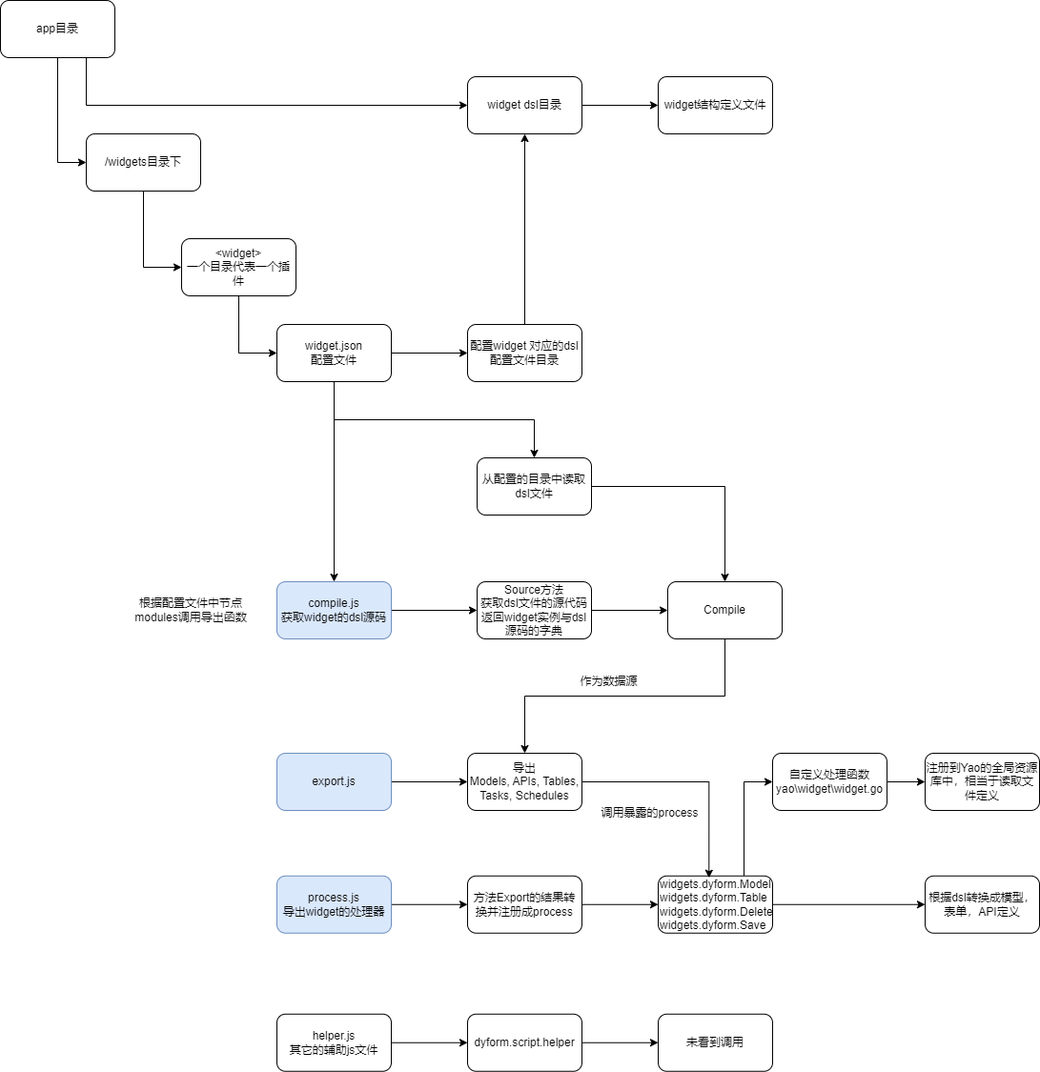
This is docs/流程图/png/yao_widget.drawio.png from wwsheng009/yao-docs, a draw.io export, as it was before one commit. Source tidied: cells renumbered, new cells last; positions are measured from the earlier drawing's top-left corner, leaving out a move shared by most shapes.
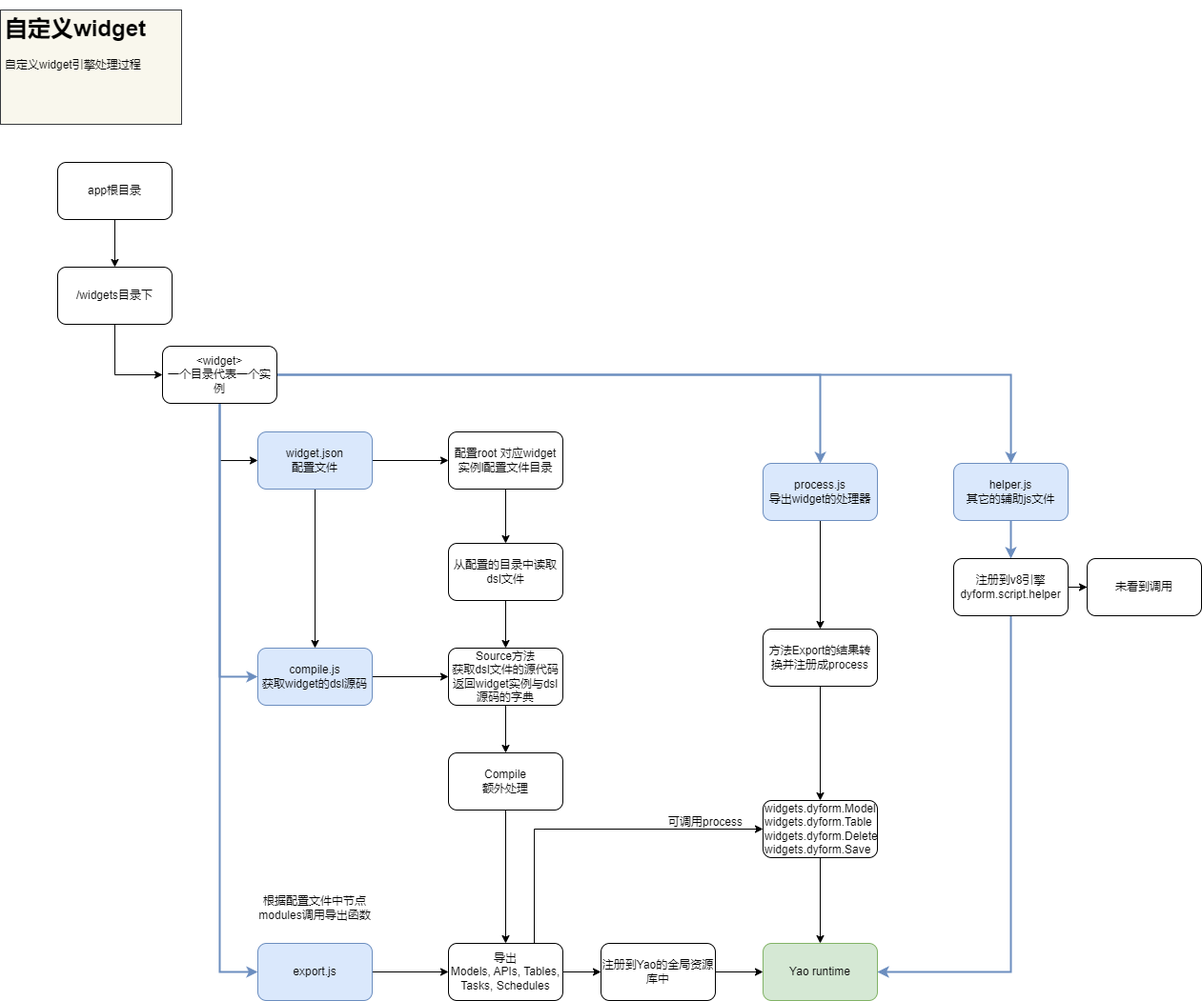
After the commit.

Change to the diagram source:
```diff
@@ -6,142 +6,139 @@
       <mxGeometry relative="1" as="geometry" />
     </mxCell>
     <mxCell id="3" value="/widgets目录下" style="rounded=1;whiteSpace=wrap;html=1;" parent="1" vertex="1">
-      <mxGeometry x="90" y="140" width="120" height="60" as="geometry" />
+      <mxGeometry x="50" y="257" width="120" height="60" as="geometry" />
     </mxCell>
-    <mxCell id="4" style="edgeStyle=orthogonalEdgeStyle;rounded=0;jettySize=auto;html=1;exitX=0.5;exitY=1;exitDx=0;exitDy=0;entryX=0;entryY=0.5;entryDx=0;entryDy=0;" parent="1" edge="1" source="6" target="3">
+    <mxCell id="4" style="edgeStyle=orthogonalEdgeStyle;rounded=0;jettySize=auto;html=1;exitX=0.5;exitY=1;exitDx=0;exitDy=0;strokeWidth=1;" parent="1" edge="1" source="6" target="3">
       <mxGeometry relative="1" as="geometry" />
     </mxCell>
-    <mxCell id="5" style="edgeStyle=orthogonalEdgeStyle;rounded=0;jettySize=auto;html=1;exitX=0.75;exitY=1;exitDx=0;exitDy=0;entryX=0;entryY=0.5;entryDx=0;entryDy=0;" parent="1" edge="1" source="6" target="22">
-      <mxGeometry relative="1" as="geometry" />
-    </mxCell>
-    <mxCell id="6" value="app目录" style="rounded=1;whiteSpace=wrap;html=1;" parent="1" vertex="1">
-      <mxGeometry width="120" height="60" as="geometry" />
+    <mxCell id="6" value="app根目录" style="rounded=1;whiteSpace=wrap;html=1;" parent="1" vertex="1">
+      <mxGeometry x="50" y="147" width="120" height="60" as="geometry" />
     </mxCell>
+    <mxCell id="49" style="edgeStyle=orthogonalEdgeStyle;rounded=0;jettySize=auto;html=1;exitX=1;exitY=0.5;exitDx=0;exitDy=0;fillColor=#dae8fc;strokeColor=#6c8ebf;strokeWidth=2;" parent="1" edge="1" source="8" target="14">
+      <mxGeometry relative="1" as="geometry" />
+    </mxCell>
     <mxCell id="7" style="edgeStyle=orthogonalEdgeStyle;rounded=0;jettySize=auto;html=1;exitX=0.5;exitY=1;exitDx=0;exitDy=0;entryX=0;entryY=0.5;entryDx=0;entryDy=0;" parent="1" edge="1" source="8" target="12">
       <mxGeometry relative="1" as="geometry" />
     </mxCell>
+    <mxCell id="50" style="edgeStyle=orthogonalEdgeStyle;rounded=0;jettySize=auto;html=1;exitX=0.5;exitY=1;exitDx=0;exitDy=0;entryX=0;entryY=0.5;entryDx=0;entryDy=0;fillColor=#dae8fc;strokeColor=#6c8ebf;strokeWidth=2;" parent="1" edge="1" source="8" target="18">
+      <mxGeometry relative="1" as="geometry" />
+    </mxCell>
+    <mxCell id="51" style="edgeStyle=orthogonalEdgeStyle;rounded=0;jettySize=auto;html=1;exitX=0.5;exitY=1;exitDx=0;exitDy=0;entryX=0;entryY=0.5;entryDx=0;entryDy=0;fillColor=#dae8fc;strokeColor=#6c8ebf;strokeWidth=2;" parent="1" edge="1" source="8" target="16">
+      <mxGeometry relative="1" as="geometry" />
+    </mxCell>
+    <mxCell id="52" style="edgeStyle=orthogonalEdgeStyle;rounded=0;jettySize=auto;html=1;exitX=1;exitY=0.5;exitDx=0;exitDy=0;strokeWidth=2;fillColor=#dae8fc;strokeColor=#6c8ebf;" parent="1" edge="1" source="8" target="25">
+      <mxGeometry relative="1" as="geometry" />
+    </mxCell>
-    <mxCell id="8" value="&amp;lt;widget&amp;gt;&lt;br&gt;一个目录代表一个插件" style="rounded=1;whiteSpace=wrap;html=1;" parent="1" vertex="1">
-      <mxGeometry x="190" y="250" width="120" height="60" as="geometry" />
+    <mxCell id="8" value="&amp;lt;widget&amp;gt;&lt;br&gt;一个目录代表一个实例" style="rounded=1;whiteSpace=wrap;html=1;" parent="1" vertex="1">
+      <mxGeometry x="160" y="340" width="120" height="60" as="geometry" />
     </mxCell>
     <mxCell id="9" style="edgeStyle=orthogonalEdgeStyle;rounded=0;jettySize=auto;html=1;" parent="1" edge="1" source="12" target="20">
       <mxGeometry relative="1" as="geometry" />
     </mxCell>
-    <mxCell id="10" style="edgeStyle=orthogonalEdgeStyle;rounded=0;jettySize=auto;html=1;exitX=0.5;exitY=1;exitDx=0;exitDy=0;" parent="1" edge="1" source="12" target="45">
-      <mxGeometry relative="1" as="geometry" />
-    </mxCell>
     <mxCell id="11" style="edgeStyle=orthogonalEdgeStyle;rounded=0;jettySize=auto;html=1;exitX=0.5;exitY=1;exitDx=0;exitDy=0;" parent="1" edge="1" source="12" target="18">
       <mxGeometry relative="1" as="geometry" />
     </mxCell>
-    <mxCell id="12" value="widget.json&lt;br&gt;配置文件" style="rounded=1;whiteSpace=wrap;html=1;" parent="1" vertex="1">
-      <mxGeometry x="290" y="340" width="120" height="60" as="geometry" />
+    <mxCell id="12" value="widget.json&lt;br&gt;配置文件" style="rounded=1;whiteSpace=wrap;html=1;fillColor=#dae8fc;strokeColor=#6c8ebf;" parent="1" vertex="1">
+      <mxGeometry x="260" y="430" width="120" height="60" as="geometry" />
     </mxCell>
-    <mxCell id="13" style="edgeStyle=orthogonalEdgeStyle;rounded=0;jettySize=auto;html=1;" parent="1" edge="1" source="14" target="29">
+    <mxCell id="13" style="edgeStyle=orthogonalEdgeStyle;rounded=0;jettySize=auto;html=1;exitX=0.5;exitY=1;exitDx=0;exitDy=0;" parent="1" edge="1" source="14" target="29">
       <mxGeometry relative="1" as="geometry" />
     </mxCell>
     <mxCell id="14" value="process.js&lt;br&gt;导出widget的处理器" style="rounded=1;whiteSpace=wrap;html=1;fillColor=#dae8fc;strokeColor=#6c8ebf;" parent="1" vertex="1">
-      <mxGeometry x="290" y="918.8" width="120" height="60" as="geometry" />
+      <mxGeometry x="790" y="463" width="120" height="60" as="geometry" />
     </mxCell>
     <mxCell id="15" style="edgeStyle=orthogonalEdgeStyle;rounded=0;jettySize=auto;html=1;" parent="1" edge="1" source="16" target="34">
       <mxGeometry relative="1" as="geometry" />
     </mxCell>
     <mxCell id="16" value="export.js" style="rounded=1;whiteSpace=wrap;html=1;fillColor=#dae8fc;strokeColor=#6c8ebf;" parent="1" vertex="1">
-      <mxGeometry x="290" y="790" width="120" height="60" as="geometry" />
+      <mxGeometry x="260" y="967" width="120" height="60" as="geometry" />
     </mxCell>
     <mxCell id="17" style="edgeStyle=orthogonalEdgeStyle;rounded=0;jettySize=auto;html=1;entryX=0;entryY=0.5;entryDx=0;entryDy=0;" parent="1" edge="1" source="18" target="36">
       <mxGeometry relative="1" as="geometry" />
     </mxCell>
     <mxCell id="18" value="compile.js&lt;br&gt;获取widget的dsl源码" style="rounded=1;whiteSpace=wrap;html=1;fillColor=#dae8fc;strokeColor=#6c8ebf;" parent="1" vertex="1">
-      <mxGeometry x="290" y="610" width="120" height="60" as="geometry" />
+      <mxGeometry x="260" y="657" width="120" height="60" as="geometry" />
     </mxCell>
-    <mxCell id="19" style="edgeStyle=orthogonalEdgeStyle;rounded=0;jettySize=auto;html=1;exitX=0.5;exitY=0;exitDx=0;exitDy=0;" parent="1" edge="1" source="20" target="22">
-      <mxGeometry relative="1" as="geometry" />
-    </mxCell>
+    <mxCell id="53" style="edgeStyle=orthogonalEdgeStyle;rounded=0;jettySize=auto;html=1;exitX=0.5;exitY=1;exitDx=0;exitDy=0;strokeWidth=1;" parent="1" edge="1" source="20" target="23">
+      <mxGeometry relative="1" as="geometry" />
+    </mxCell>
-    <mxCell id="20" value="配置widget 对应的dsl配置文件目录" style="rounded=1;whiteSpace=wrap;html=1;" parent="1" vertex="1">
-      <mxGeometry x="490" y="340" width="120" height="60" as="geometry" />
+    <mxCell id="20" value="配置root 对应widget实例l配置文件目录" style="rounded=1;whiteSpace=wrap;html=1;" parent="1" vertex="1">
+      <mxGeometry x="460" y="430" width="120" height="60" as="geometry" />
     </mxCell>
-    <mxCell id="21" style="edgeStyle=orthogonalEdgeStyle;rounded=0;jettySize=auto;html=1;" parent="1" edge="1" source="22" target="23">
-      <mxGeometry relative="1" as="geometry" />
-    </mxCell>
-    <mxCell id="22" value="widget dsl目录" style="rounded=1;whiteSpace=wrap;html=1;" parent="1" vertex="1">
-      <mxGeometry x="490" y="80" width="120" height="60" as="geometry" />
-    </mxCell>
+    <mxCell id="54" style="edgeStyle=orthogonalEdgeStyle;rounded=0;jettySize=auto;html=1;strokeWidth=1;" parent="1" edge="1" source="23" target="36">
+      <mxGeometry relative="1" as="geometry" />
+    </mxCell>
-    <mxCell id="23" value="widget结构定义文件" style="rounded=1;whiteSpace=wrap;html=1;" parent="1" vertex="1">
-      <mxGeometry x="690" y="80" width="120" height="60" as="geometry" />
+    <mxCell id="23" value="从配置的目录中读取dsl文件" style="rounded=1;whiteSpace=wrap;html=1;" parent="1" vertex="1">
+      <mxGeometry x="460" y="547" width="120" height="60" as="geometry" />
     </mxCell>
-    <mxCell id="24" style="edgeStyle=orthogonalEdgeStyle;rounded=0;jettySize=auto;html=1;" parent="1" edge="1" source="25" target="27">
+    <mxCell id="24" style="edgeStyle=orthogonalEdgeStyle;rounded=0;jettySize=auto;html=1;strokeWidth=2;fillColor=#dae8fc;strokeColor=#6c8ebf;" parent="1" edge="1" source="25" target="27">
       <mxGeometry relative="1" as="geometry" />
     </mxCell>
-    <mxCell id="25" value="helper.js&lt;br&gt;其它的辅助js文件" style="rounded=1;whiteSpace=wrap;html=1;" parent="1" vertex="1">
-      <mxGeometry x="290" y="1063.8" width="120" height="60" as="geometry" />
+    <mxCell id="25" value="helper.js&lt;br&gt;其它的辅助js文件" style="rounded=1;whiteSpace=wrap;html=1;fillColor=#dae8fc;strokeColor=#6c8ebf;" parent="1" vertex="1">
+      <mxGeometry x="990" y="463" width="120" height="60" as="geometry" />
     </mxCell>
     <mxCell id="26" style="edgeStyle=orthogonalEdgeStyle;rounded=0;jettySize=auto;html=1;" parent="1" edge="1" source="27" target="43">
       <mxGeometry relative="1" as="geometry" />
     </mxCell>
+    <mxCell id="55" style="edgeStyle=orthogonalEdgeStyle;rounded=0;jettySize=auto;html=1;exitX=0.5;exitY=1;exitDx=0;exitDy=0;entryX=1;entryY=0.5;entryDx=0;entryDy=0;strokeWidth=2;fillColor=#dae8fc;strokeColor=#6c8ebf;" parent="1" edge="1" source="27" target="59">
+      <mxGeometry relative="1" as="geometry" />
+    </mxCell>
-    <mxCell id="27" value="dyform.script.helper" style="rounded=1;whiteSpace=wrap;html=1;" parent="1" vertex="1">
-      <mxGeometry x="490" y="1063.8" width="120" height="60" as="geometry" />
+    <mxCell id="27" value="注册到v8引擎&lt;br&gt;dyform.script.helper" style="rounded=1;whiteSpace=wrap;html=1;" parent="1" vertex="1">
+      <mxGeometry x="990" y="563" width="120" height="60" as="geometry" />
     </mxCell>
-    <mxCell id="28" style="edgeStyle=orthogonalEdgeStyle;rounded=0;jettySize=auto;html=1;" parent="1" edge="1" source="29" target="32">
+    <mxCell id="28" style="edgeStyle=orthogonalEdgeStyle;rounded=0;jettySize=auto;html=1;exitX=0.5;exitY=1;exitDx=0;exitDy=0;" parent="1" edge="1" source="29" target="32">
       <mxGeometry relative="1" as="geometry" />
     </mxCell>
     <mxCell id="29" value="方法Export的结果转换并注册成process" style="rounded=1;whiteSpace=wrap;html=1;" parent="1" vertex="1">
-      <mxGeometry x="490" y="918.8" width="120" height="60" as="geometry" />
+      <mxGeometry x="790" y="637" width="120" height="60" as="geometry" />
     </mxCell>
-    <mxCell id="30" style="edgeStyle=orthogonalEdgeStyle;rounded=0;jettySize=auto;html=1;" parent="1" edge="1" source="32" target="38">
-      <mxGeometry relative="1" as="geometry" />
-    </mxCell>
-    <mxCell id="31" style="edgeStyle=orthogonalEdgeStyle;rounded=0;jettySize=auto;html=1;exitX=0.75;exitY=0;exitDx=0;exitDy=0;entryX=0;entryY=0.5;entryDx=0;entryDy=0;" parent="1" edge="1" source="32" target="41">
-      <mxGeometry relative="1" as="geometry" />
-    </mxCell>
+    <mxCell id="56" style="edgeStyle=orthogonalEdgeStyle;rounded=0;jettySize=auto;html=1;" parent="1" edge="1" source="32" target="59">
+      <mxGeometry relative="1" as="geometry" />
+    </mxCell>
     <mxCell id="32" value="widgets.dyform.Model&lt;br&gt;widgets.dyform.Table&lt;br&gt;widgets.dyform.Delete&lt;br&gt;widgets.dyform.Save" style="rounded=1;whiteSpace=wrap;html=1;align=left;" parent="1" vertex="1">
-      <mxGeometry x="690" y="918.8" width="120" height="60" as="geometry" />
+      <mxGeometry x="790" y="817" width="120" height="60" as="geometry" />
     </mxCell>
-    <mxCell id="33" style="edgeStyle=orthogonalEdgeStyle;rounded=0;jettySize=auto;html=1;exitX=1;exitY=0.5;exitDx=0;exitDy=0;entryX=0.444;entryY=0.033;entryDx=0;entryDy=0;entryPerimeter=0;" parent="1" edge="1" source="34" target="32">
+    <mxCell id="33" style="edgeStyle=orthogonalEdgeStyle;rounded=0;jettySize=auto;html=1;exitX=1;exitY=0.5;exitDx=0;exitDy=0;" parent="1" edge="1" source="34" target="42">
       <mxGeometry relative="1" as="geometry" />
     </mxCell>
+    <mxCell id="57" style="edgeStyle=orthogonalEdgeStyle;rounded=0;jettySize=auto;html=1;exitX=0.75;exitY=0;exitDx=0;exitDy=0;entryX=0;entryY=0.5;entryDx=0;entryDy=0;strokeWidth=1;" parent="1" edge="1" source="34" target="32">
+      <mxGeometry relative="1" as="geometry" />
+    </mxCell>
     <mxCell id="34" value="导出&lt;br&gt;Models, APIs, Tables, Tasks, Schedules" style="whiteSpace=wrap;html=1;rounded=1;" parent="1" vertex="1">
-      <mxGeometry x="490" y="790" width="120" height="60" as="geometry" />
+      <mxGeometry x="460" y="967" width="120" height="60" as="geometry" />
     </mxCell>
-    <mxCell id="35" style="edgeStyle=orthogonalEdgeStyle;rounded=0;jettySize=auto;html=1;exitX=1;exitY=0.5;exitDx=0;exitDy=0;" parent="1" edge="1" source="36" target="47">
+    <mxCell id="35" style="edgeStyle=orthogonalEdgeStyle;rounded=0;jettySize=auto;html=1;strokeWidth=1;" parent="1" edge="1" source="36" target="47">
       <mxGeometry relative="1" as="geometry" />
     </mxCell>
     <mxCell id="36" value="Source方法&lt;br&gt;获取dsl文件的源代码&lt;br&gt;返回widget实例与dsl源码的字典" style="whiteSpace=wrap;html=1;rounded=1;" parent="1" vertex="1">
-      <mxGeometry x="500" y="610" width="120" height="60" as="geometry" />
+      <mxGeometry x="460" y="657" width="120" height="60" as="geometry" />
     </mxCell>
     <mxCell id="37" value="根据配置文件中节点modules调用导出函数" style="text;html=1;strokeColor=none;fillColor=none;align=center;verticalAlign=middle;whiteSpace=wrap;rounded=0;" parent="1" vertex="1">
-      <mxGeometry x="140" y="617.5" width="120" height="45" as="geometry" />
+      <mxGeometry x="260" y="907" width="120" height="45" as="geometry" />
     </mxCell>
-    <mxCell id="38" value="根据dsl转换成模型，表单，API定义" style="whiteSpace=wrap;html=1;rounded=1;" parent="1" vertex="1">
-      <mxGeometry x="970" y="918.8" width="120" height="60" as="geometry" />
-    </mxCell>
-    <mxCell id="39" value="调用暴露的process" style="text;html=1;strokeColor=none;fillColor=none;align=center;verticalAlign=middle;whiteSpace=wrap;rounded=0;" parent="1" vertex="1">
-      <mxGeometry x="620" y="837.5" width="123" height="30" as="geometry" />
-    </mxCell>
-    <mxCell id="40" style="edgeStyle=orthogonalEdgeStyle;rounded=0;jettySize=auto;html=1;" parent="1" edge="1" source="41" target="42">
-      <mxGeometry relative="1" as="geometry" />
-    </mxCell>
-    <mxCell id="41" value="自定义处理函数&lt;br&gt;yao\widget\widget.go" style="whiteSpace=wrap;html=1;rounded=1;" parent="1" vertex="1">
-      <mxGeometry x="810" y="790" width="120" height="60" as="geometry" />
-    </mxCell>
+    <mxCell id="58" style="edgeStyle=orthogonalEdgeStyle;rounded=0;jettySize=auto;html=1;exitX=1;exitY=0.5;exitDx=0;exitDy=0;" parent="1" edge="1" source="42" target="59">
+      <mxGeometry relative="1" as="geometry" />
+    </mxCell>
-    <mxCell id="42" value="注册到Yao的全局资源库中，相当于读取文件定义" style="whiteSpace=wrap;html=1;rounded=1;" parent="1" vertex="1">
-      <mxGeometry x="970" y="790" width="120" height="60" as="geometry" />
+    <mxCell id="42" value="注册到Yao的全局资源库中" style="whiteSpace=wrap;html=1;rounded=1;" parent="1" vertex="1">
+      <mxGeometry x="620" y="967" width="120" height="60" as="geometry" />
     </mxCell>
     <mxCell id="43" value="未看到调用" style="whiteSpace=wrap;html=1;rounded=1;" parent="1" vertex="1">
-      <mxGeometry x="690" y="1063.8" width="120" height="60" as="geometry" />
+      <mxGeometry x="1130" y="563" width="120" height="60" as="geometry" />
     </mxCell>
-    <mxCell id="44" style="edgeStyle=orthogonalEdgeStyle;rounded=0;jettySize=auto;html=1;exitX=1;exitY=0.5;exitDx=0;exitDy=0;entryX=0.5;entryY=0;entryDx=0;entryDy=0;" parent="1" edge="1" source="45" target="47">
-      <mxGeometry relative="1" as="geometry" />
-    </mxCell>
-    <mxCell id="45" value="从配置的目录中读取dsl文件" style="whiteSpace=wrap;html=1;rounded=1;" parent="1" vertex="1">
-      <mxGeometry x="500" y="480" width="120" height="60" as="geometry" />
-    </mxCell>
-    <mxCell id="46" style="edgeStyle=orthogonalEdgeStyle;rounded=0;jettySize=auto;html=1;exitX=0.5;exitY=1;exitDx=0;exitDy=0;entryX=0.5;entryY=0;entryDx=0;entryDy=0;" parent="1" edge="1" source="47" target="34">
+    <mxCell id="46" style="edgeStyle=orthogonalEdgeStyle;rounded=0;jettySize=auto;html=1;strokeWidth=1;" parent="1" edge="1" source="47" target="34">
       <mxGeometry relative="1" as="geometry" />
     </mxCell>
-    <mxCell id="47" value="Compile" style="rounded=1;whiteSpace=wrap;html=1;" parent="1" vertex="1">
-      <mxGeometry x="700" y="610" width="120" height="60" as="geometry" />
+    <mxCell id="47" value="Compile&lt;br&gt;额外处理" style="rounded=1;whiteSpace=wrap;html=1;" parent="1" vertex="1">
+      <mxGeometry x="460" y="767" width="120" height="60" as="geometry" />
     </mxCell>
-    <mxCell id="48" value="作为数据源" style="text;html=1;strokeColor=none;fillColor=none;align=center;verticalAlign=middle;whiteSpace=wrap;rounded=0;" parent="1" vertex="1">
-      <mxGeometry x="590" y="700" width="97" height="30" as="geometry" />
-    </mxCell>
+    <mxCell id="59" value="Yao runtime" style="rounded=1;whiteSpace=wrap;html=1;fillColor=#d5e8d4;strokeColor=#82b366;" parent="1" vertex="1">
+      <mxGeometry x="790" y="967" width="120" height="60" as="geometry" />
+    </mxCell>
+    <mxCell id="60" value="可调用process" style="text;html=1;strokeColor=none;fillColor=none;align=center;verticalAlign=middle;whiteSpace=wrap;rounded=0;" parent="1" vertex="1">
+      <mxGeometry x="670" y="817" width="120" height="45" as="geometry" />
+    </mxCell>
+    <mxCell id="61" value="&lt;h1&gt;自定义widget&lt;/h1&gt;&lt;p&gt;自定义widget引擎处理过程&lt;/p&gt;" style="text;html=1;spacing=5;spacingTop=-20;whiteSpace=wrap;overflow=hidden;rounded=0;fillColor=#f9f7ed;strokeColor=#36393d;" parent="1" vertex="1">
+      <mxGeometry x="-10" y="-13" width="190" height="120" as="geometry" />
+    </mxCell>
   </root>
 </mxGraphModel>
```
